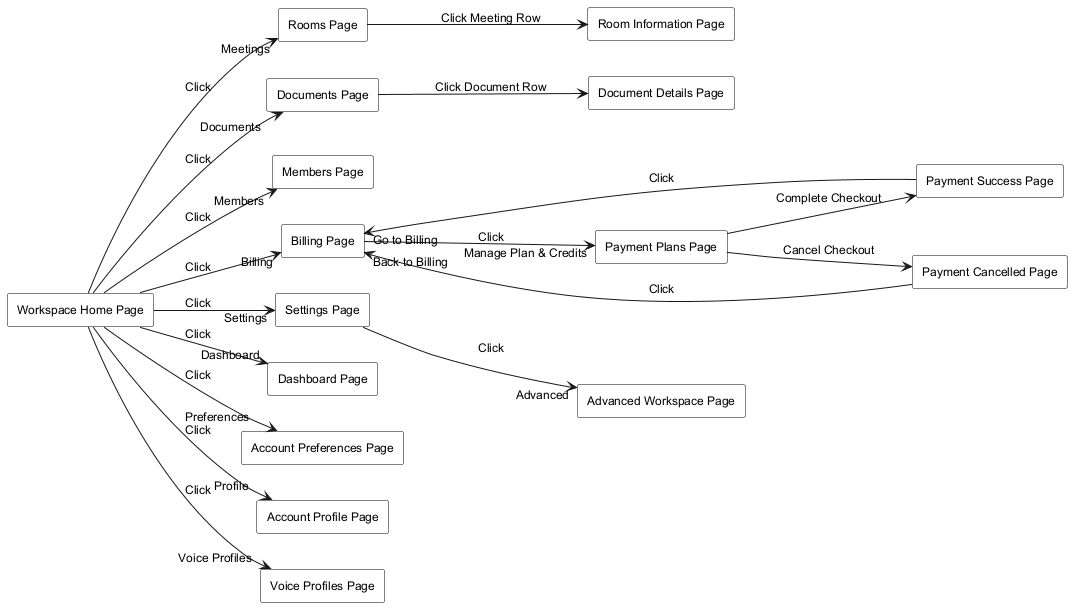
Above: .agents/resources/screen flow/06-workspace-owner-screen-flow.png in WarpTalk-CapstoneProject/warptalk-backend (PlantUML), before the change. The source it was exported from:
```plantuml
@startuml
skinparam monochrome true
skinparam shadowing false
skinparam defaultFontName Arial
skinparam defaultFontSize 12
skinparam rectangle {
  BackgroundColor white
  BorderColor black
}
left to right direction

rectangle "Workspace Home Page" as WorkspaceHomePage
rectangle "Rooms Page" as RoomsPage
rectangle "Room Information Page" as RoomInformationPage
rectangle "Documents Page" as DocumentsPage
rectangle "Document Details Page" as DocumentDetailsPage
rectangle "Members Page" as MembersPage
rectangle "Billing Page" as BillingPage
rectangle "Payment Plans Page" as PaymentPlansPage
rectangle "Payment Success Page" as PaymentSuccessPage
rectangle "Payment Cancelled Page" as PaymentCancelledPage
rectangle "Settings Page" as SettingsPage
rectangle "Advanced Workspace Page" as AdvancedWorkspacePage
rectangle "Dashboard Page" as DashboardPage
rectangle "Account Preferences Page" as AccountPreferencesPage
rectangle "Account Profile Page" as AccountProfilePage
rectangle "Voice Profiles Page" as VoiceProfilesPage

WorkspaceHomePage --> RoomsPage : Click "Meetings"
WorkspaceHomePage --> DocumentsPage : Click "Documents"
WorkspaceHomePage --> MembersPage : Click "Members"
WorkspaceHomePage --> BillingPage : Click "Billing"
WorkspaceHomePage --> SettingsPage : Click "Settings"
WorkspaceHomePage --> DashboardPage : Click "Dashboard"
WorkspaceHomePage --> VoiceProfilesPage : Click "Voice Profiles"
WorkspaceHomePage --> AccountPreferencesPage : Click "Preferences"
WorkspaceHomePage --> AccountProfilePage : Click "Profile"

RoomsPage --> RoomInformationPage : Click Meeting Row
DocumentsPage --> DocumentDetailsPage : Click Document Row

BillingPage --> PaymentPlansPage : Click "Manage Plan & Credits"
PaymentPlansPage --> PaymentSuccessPage : Complete Checkout
PaymentPlansPage --> PaymentCancelledPage : Cancel Checkout
PaymentSuccessPage --> BillingPage : Click "Go to Billing"
PaymentCancelledPage --> BillingPage : Click "Back to Billing"

SettingsPage --> AdvancedWorkspacePage : Click "Advanced"

@enduml
```
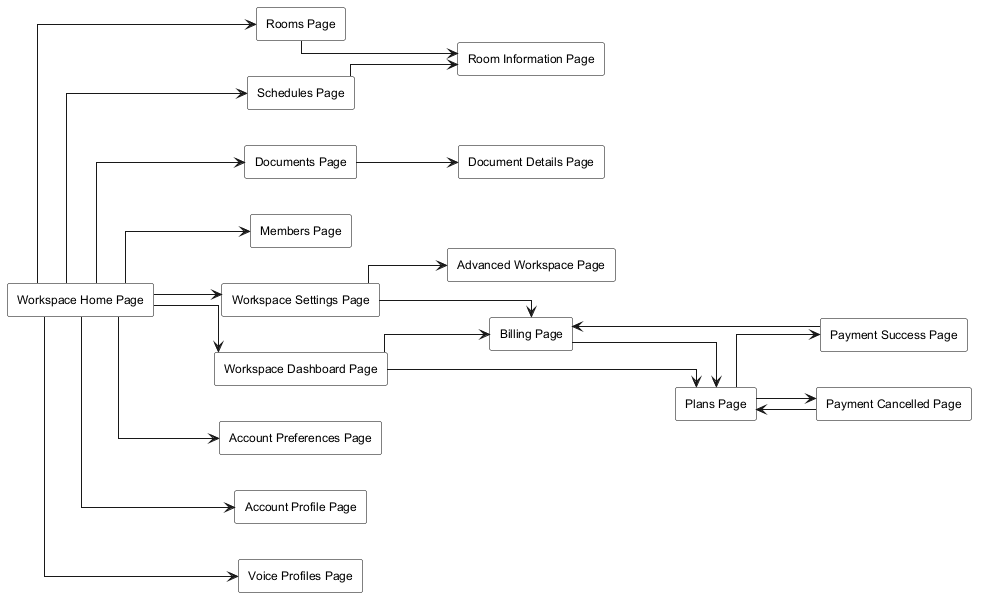
The same file after the commit.

What changed in the source:
```diff
@@ -1,6 +1,7 @@
 @startuml
 skinparam monochrome true
 skinparam shadowing false
+skinparam linetype ortho
 skinparam defaultFontName Arial
 skinparam defaultFontSize 12
 skinparam rectangle {
@@ -11,40 +12,46 @@
 
 rectangle "Workspace Home Page" as WorkspaceHomePage
 rectangle "Rooms Page" as RoomsPage
+rectangle "Schedules Page" as SchedulesPage
 rectangle "Room Information Page" as RoomInformationPage
 rectangle "Documents Page" as DocumentsPage
 rectangle "Document Details Page" as DocumentDetailsPage
 rectangle "Members Page" as MembersPage
 rectangle "Billing Page" as BillingPage
-rectangle "Payment Plans Page" as PaymentPlansPage
+rectangle "Plans Page" as PaymentPlansPage
 rectangle "Payment Success Page" as PaymentSuccessPage
 rectangle "Payment Cancelled Page" as PaymentCancelledPage
-rectangle "Settings Page" as SettingsPage
+rectangle "Workspace Settings Page" as SettingsPage
 rectangle "Advanced Workspace Page" as AdvancedWorkspacePage
-rectangle "Dashboard Page" as DashboardPage
+rectangle "Workspace Dashboard Page" as DashboardPage
 rectangle "Account Preferences Page" as AccountPreferencesPage
 rectangle "Account Profile Page" as AccountProfilePage
 rectangle "Voice Profiles Page" as VoiceProfilesPage
 
-WorkspaceHomePage --> RoomsPage : Click "Meetings"
-WorkspaceHomePage --> DocumentsPage : Click "Documents"
-WorkspaceHomePage --> MembersPage : Click "Members"
-WorkspaceHomePage --> BillingPage : Click "Billing"
-WorkspaceHomePage --> SettingsPage : Click "Settings"
-WorkspaceHomePage --> DashboardPage : Click "Dashboard"
-WorkspaceHomePage --> VoiceProfilesPage : Click "Voice Profiles"
-WorkspaceHomePage --> AccountPreferencesPage : Click "Preferences"
-WorkspaceHomePage --> AccountProfilePage : Click "Profile"
+WorkspaceHomePage --> RoomsPage
+WorkspaceHomePage --> SchedulesPage
+WorkspaceHomePage --> DocumentsPage
+WorkspaceHomePage --> MembersPage
+WorkspaceHomePage --> SettingsPage
+WorkspaceHomePage --> DashboardPage
+WorkspaceHomePage --> VoiceProfilesPage
+WorkspaceHomePage --> AccountPreferencesPage
+WorkspaceHomePage --> AccountProfilePage
 
-RoomsPage --> RoomInformationPage : Click Meeting Row
-DocumentsPage --> DocumentDetailsPage : Click Document Row
+RoomsPage --> RoomInformationPage
+SchedulesPage --> RoomInformationPage
+DocumentsPage --> DocumentDetailsPage
 
-BillingPage --> PaymentPlansPage : Click "Manage Plan & Credits"
-PaymentPlansPage --> PaymentSuccessPage : Complete Checkout
-PaymentPlansPage --> PaymentCancelledPage : Cancel Checkout
-PaymentSuccessPage --> BillingPage : Click "Go to Billing"
-PaymentCancelledPage --> BillingPage : Click "Back to Billing"
+DashboardPage --> BillingPage
+DashboardPage --> PaymentPlansPage
 
-SettingsPage --> AdvancedWorkspacePage : Click "Advanced"
+SettingsPage --> BillingPage
+SettingsPage --> AdvancedWorkspacePage
+
+BillingPage --> PaymentPlansPage
+PaymentPlansPage --> PaymentSuccessPage
+PaymentPlansPage --> PaymentCancelledPage
+PaymentSuccessPage --> BillingPage
+PaymentCancelledPage --> PaymentPlansPage
 
 @enduml
```
